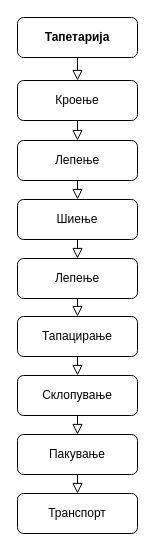
The draw.io diagram jumis-tapetarija-flow-diagram.drawio in martin-s22/jumis-processes-diagram, before the edit. Source tidied: cells renumbered, new cells numbered last; positions are measured from the earlier drawing's top-left corner, leaving out a move shared by most shapes. Both pictures are drawn from the tidied source at 100%, with x=0, y=0 at pixel (17, 17).
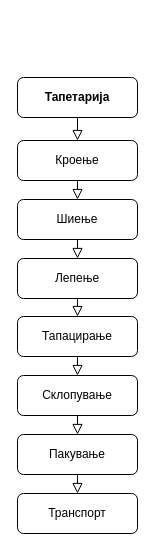
Above is the later version.

What changed in the source:
```diff
@@
 <mxGraphModel>
   <root>
     <mxCell id="0" />
     <mxCell id="1" parent="0" />
     <mxCell id="2" style="rounded=0;html=1;jettySize=auto;fontSize=11;endArrow=block;endFill=0;endSize=8;strokeWidth=1;shadow=0;labelBackgroundColor=none;edgeStyle=orthogonalEdgeStyle;exitX=0.5;exitY=1;exitDx=0;exitDy=0;entryX=0.5;entryY=0;entryDx=0;entryDy=0;" parent="1" edge="1" source="3" target="4">
       <mxGeometry relative="1" as="geometry" />
     </mxCell>
     <mxCell id="3" value="&lt;b&gt;Тапетарија&lt;/b&gt;" style="rounded=1;whiteSpace=wrap;html=1;fontSize=12;glass=0;strokeWidth=1;shadow=0;" parent="1" vertex="1">
-      <mxGeometry width="120" height="40" as="geometry" />
+      <mxGeometry y="60" width="120" height="40" as="geometry" />
     </mxCell>
     <mxCell id="4" value="Кроење" style="rounded=1;whiteSpace=wrap;html=1;fontSize=12;glass=0;strokeWidth=1;shadow=0;" parent="1" vertex="1">
-      <mxGeometry y="63" width="120" height="40" as="geometry" />
+      <mxGeometry y="123" width="120" height="40" as="geometry" />
     </mxCell>
-    <mxCell id="5" value="Лепење" style="rounded=1;whiteSpace=wrap;html=1;fontSize=12;glass=0;strokeWidth=1;shadow=0;" parent="1" vertex="1">
-      <mxGeometry y="123" width="120" height="40" as="geometry" />
-    </mxCell>
-    <mxCell id="6" style="rounded=0;html=1;jettySize=auto;fontSize=11;endArrow=block;endFill=0;endSize=8;strokeWidth=1;shadow=0;labelBackgroundColor=none;edgeStyle=orthogonalEdgeStyle;exitX=0.5;exitY=1;exitDx=0;exitDy=0;entryX=0.5;entryY=0;entryDx=0;entryDy=0;" parent="1" edge="1" source="4" target="5">
-      <mxGeometry relative="1" as="geometry" />
-    </mxCell>
     <mxCell id="7" value="Шиење" style="rounded=1;whiteSpace=wrap;html=1;fontSize=12;glass=0;strokeWidth=1;shadow=0;" parent="1" vertex="1">
       <mxGeometry y="182" width="120" height="40" as="geometry" />
     </mxCell>
-    <mxCell id="8" style="rounded=0;html=1;jettySize=auto;fontSize=11;endArrow=block;endFill=0;endSize=8;strokeWidth=1;shadow=0;labelBackgroundColor=none;edgeStyle=orthogonalEdgeStyle;exitX=0.5;exitY=1;exitDx=0;exitDy=0;entryX=0.5;entryY=0;entryDx=0;entryDy=0;" parent="1" edge="1" source="5" target="7">
+    <mxCell id="8" style="rounded=0;html=1;jettySize=auto;fontSize=11;endArrow=block;endFill=0;endSize=8;strokeWidth=1;shadow=0;labelBackgroundColor=none;edgeStyle=orthogonalEdgeStyle;entryX=0.5;entryY=0;entryDx=0;entryDy=0;exitX=0.5;exitY=1;exitDx=0;exitDy=0;" parent="1" edge="1" source="4" target="7">
       <mxGeometry relative="1" as="geometry" />
     </mxCell>
     <mxCell id="9" value="Лепење" style="rounded=1;whiteSpace=wrap;html=1;fontSize=12;glass=0;strokeWidth=1;shadow=0;" parent="1" vertex="1">
       <mxGeometry y="241" width="120" height="40" as="geometry" />
     </mxCell>
     <mxCell id="10" style="rounded=0;html=1;jettySize=auto;fontSize=11;endArrow=block;endFill=0;endSize=8;strokeWidth=1;shadow=0;labelBackgroundColor=none;edgeStyle=orthogonalEdgeStyle;entryX=0.5;entryY=0;entryDx=0;entryDy=0;exitX=0.5;exitY=1;exitDx=0;exitDy=0;" parent="1" edge="1" source="7" target="9">
       <mxGeometry relative="1" as="geometry" />
     </mxCell>
     <mxCell id="11" value="Тапацирање" style="rounded=1;whiteSpace=wrap;html=1;fontSize=12;glass=0;strokeWidth=1;shadow=0;" parent="1" vertex="1">
       <mxGeometry y="299" width="120" height="40" as="geometry" />
     </mxCell>
     <mxCell id="12" value="Склопување" style="rounded=1;whiteSpace=wrap;html=1;fontSize=12;glass=0;strokeWidth=1;shadow=0;" parent="1" vertex="1">
       <mxGeometry y="358" width="120" height="40" as="geometry" />
     </mxCell>
     <mxCell id="13" style="rounded=0;html=1;jettySize=auto;fontSize=11;endArrow=block;endFill=0;endSize=8;strokeWidth=1;shadow=0;labelBackgroundColor=none;edgeStyle=orthogonalEdgeStyle;exitX=0.5;exitY=1;exitDx=0;exitDy=0;entryX=0.5;entryY=0;entryDx=0;entryDy=0;" parent="1" edge="1" source="11" target="12">
       <mxGeometry relative="1" as="geometry" />
     </mxCell>
     <mxCell id="14" value="Пакување" style="rounded=1;whiteSpace=wrap;html=1;fontSize=12;glass=0;strokeWidth=1;shadow=0;" parent="1" vertex="1">
       <mxGeometry y="417" width="120" height="40" as="geometry" />
     </mxCell>
     <mxCell id="15" style="rounded=0;html=1;jettySize=auto;fontSize=11;endArrow=block;endFill=0;endSize=8;strokeWidth=1;shadow=0;labelBackgroundColor=none;edgeStyle=orthogonalEdgeStyle;entryX=0.5;entryY=0;entryDx=0;entryDy=0;exitX=0.5;exitY=1;exitDx=0;exitDy=0;" parent="1" edge="1" source="12" target="14">
       <mxGeometry relative="1" as="geometry" />
     </mxCell>
     <mxCell id="16" style="rounded=0;html=1;jettySize=auto;fontSize=11;endArrow=block;endFill=0;endSize=8;strokeWidth=1;shadow=0;labelBackgroundColor=none;edgeStyle=orthogonalEdgeStyle;exitX=0.5;exitY=1;exitDx=0;exitDy=0;entryX=0.5;entryY=0;entryDx=0;entryDy=0;" parent="1" edge="1" source="9" target="11">
       <mxGeometry relative="1" as="geometry" />
     </mxCell>
     <mxCell id="17" value="Транспорт" style="rounded=1;whiteSpace=wrap;html=1;fontSize=12;glass=0;strokeWidth=1;shadow=0;" parent="1" vertex="1">
       <mxGeometry y="476" width="120" height="40" as="geometry" />
     </mxCell>
     <mxCell id="18" style="rounded=0;html=1;jettySize=auto;fontSize=11;endArrow=block;endFill=0;endSize=8;strokeWidth=1;shadow=0;labelBackgroundColor=none;edgeStyle=orthogonalEdgeStyle;entryX=0.5;entryY=0;entryDx=0;entryDy=0;exitX=0.5;exitY=1;exitDx=0;exitDy=0;" parent="1" edge="1" source="14" target="17">
       <mxGeometry relative="1" as="geometry" />
     </mxCell>
   </root>
 </mxGraphModel>
```
